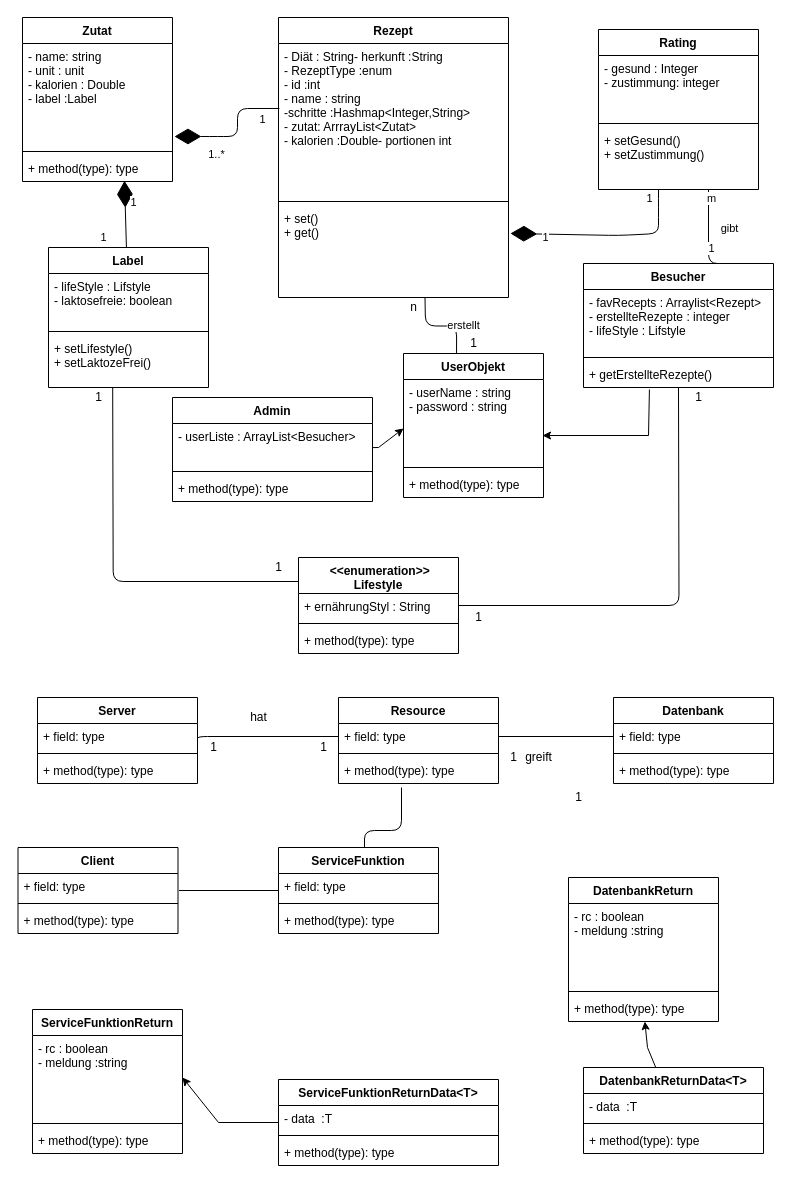
The draw.io diagram Untitled Diagram.drawio in anas90zh/blog-test, before the edit. Source tidied: cells renumbered, new cells numbered last; positions are measured from the earlier drawing's top-left corner, leaving out a move shared by most shapes. Both pictures are drawn from the tidied source at 100%, with x=0, y=0 at pixel (18, 17).
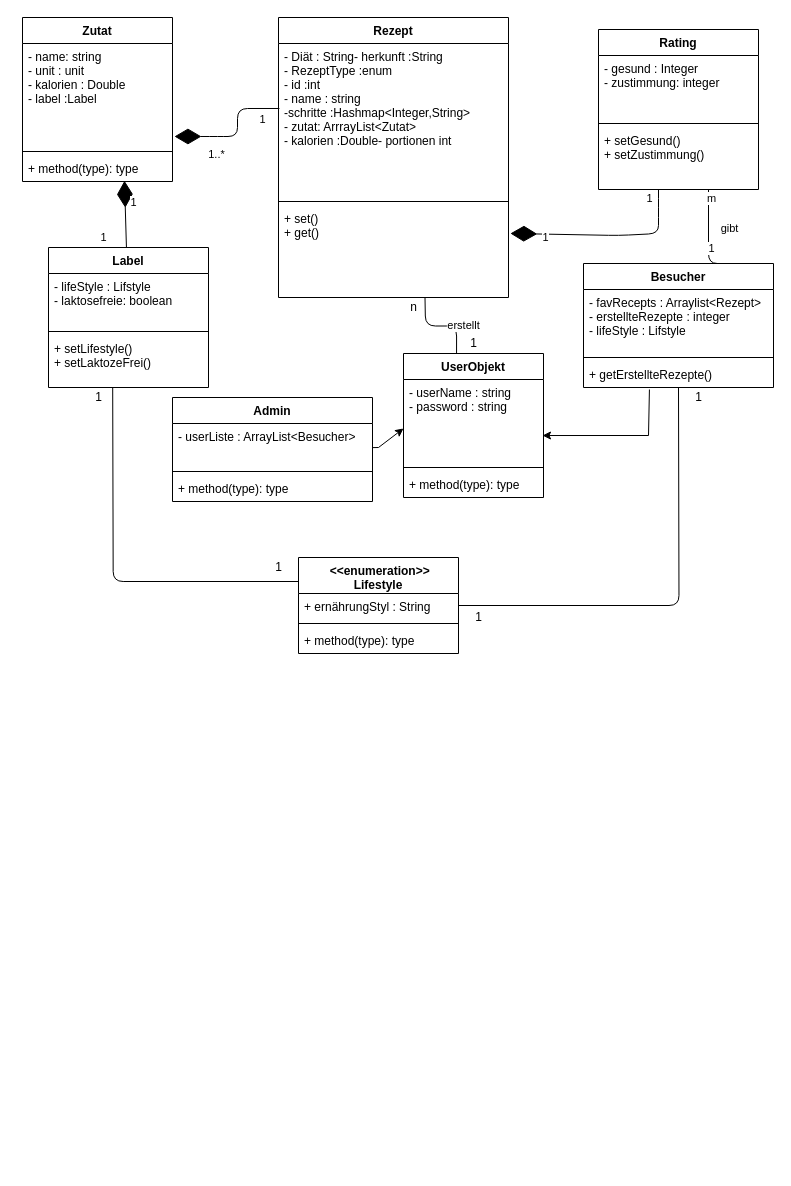
The same page after the edit.

The edit, as a diff of the source:
```diff
@@
-    <mxCell id="28" style="edgeStyle=none;rounded=0;jettySize=auto;html=1;" parent="1" edge="1" source="29" target="36">
-      <mxGeometry relative="1" as="geometry">
-        <Array as="points">
-          <mxPoint x="629" y="1030" />
-        </Array>
-      </mxGeometry>
-    </mxCell>
-    <mxCell id="29" value="DatenbankReturnData&lt;T&gt;" style="swimlane;fontStyle=1;align=center;verticalAlign=top;horizontal=1;startSize=26;" parent="1" vertex="1">
-      <mxGeometry x="565" y="1050" width="180" height="86" as="geometry" />
-    </mxCell>
-    <mxCell id="30" value="- data  :T" style="text;strokeColor=none;fillColor=none;align=left;verticalAlign=top;spacingLeft=4;spacingRight=4;overflow=hidden;" parent="29" vertex="1">
-      <mxGeometry y="26" width="180" height="26" as="geometry" />
-    </mxCell>
-    <mxCell id="31" style="line;strokeWidth=1;fillColor=none;align=left;verticalAlign=middle;spacingTop=-1;spacingLeft=3;spacingRight=3;labelPosition=right;" parent="29" vertex="1">
-      <mxGeometry y="52" width="180" height="8" as="geometry" />
-    </mxCell>
-    <mxCell id="32" value="+ method(type): type" style="text;strokeColor=none;fillColor=none;align=left;verticalAlign=top;spacingLeft=4;spacingRight=4;overflow=hidden;" parent="29" vertex="1">
-      <mxGeometry y="60" width="180" height="26" as="geometry" />
-    </mxCell>
-    <mxCell id="33" value="DatenbankReturn" style="swimlane;fontStyle=1;align=center;verticalAlign=top;horizontal=1;startSize=26;" parent="1" vertex="1">
-      <mxGeometry x="550" y="860" width="150" height="144" as="geometry" />
-    </mxCell>
-    <mxCell id="34" value="- rc : boolean&#10;- meldung :string&#10;" style="text;strokeColor=none;fillColor=none;align=left;verticalAlign=top;spacingLeft=4;spacingRight=4;overflow=hidden;" parent="33" vertex="1">
-      <mxGeometry y="26" width="150" height="84" as="geometry" />
-    </mxCell>
-    <mxCell id="35" style="line;strokeWidth=1;fillColor=none;align=left;verticalAlign=middle;spacingTop=-1;spacingLeft=3;spacingRight=3;labelPosition=right;" parent="33" vertex="1">
-      <mxGeometry y="110" width="150" height="8" as="geometry" />
-    </mxCell>
-    <mxCell id="36" value="+ method(type): type" style="text;strokeColor=none;fillColor=none;align=left;verticalAlign=top;spacingLeft=4;spacingRight=4;overflow=hidden;points=[[0,0.5],[1,0.5]];portConstraint=eastwest;" parent="33" vertex="1">
-      <mxGeometry y="118" width="150" height="26" as="geometry" />
-    </mxCell>
@@
-    <mxCell id="68" value="Datenbank" style="swimlane;fontStyle=1;align=center;verticalAlign=top;horizontal=1;startSize=26;" parent="1" vertex="1">
-      <mxGeometry x="595" y="680" width="160" height="86" as="geometry" />
-    </mxCell>
-    <mxCell id="69" value="+ field: type" style="text;strokeColor=none;fillColor=none;align=left;verticalAlign=top;spacingLeft=4;spacingRight=4;overflow=hidden;points=[[0,0.5],[1,0.5]];portConstraint=eastwest;" parent="68" vertex="1">
-      <mxGeometry y="26" width="160" height="26" as="geometry" />
-    </mxCell>
-    <mxCell id="70" style="line;strokeWidth=1;fillColor=none;align=left;verticalAlign=middle;spacingTop=-1;spacingLeft=3;spacingRight=3;labelPosition=right;" parent="68" vertex="1">
-      <mxGeometry y="52" width="160" height="8" as="geometry" />
-    </mxCell>
-    <mxCell id="71" value="+ method(type): type" style="text;strokeColor=none;fillColor=none;align=left;verticalAlign=top;spacingLeft=4;spacingRight=4;overflow=hidden;" parent="68" vertex="1">
-      <mxGeometry y="60" width="160" height="26" as="geometry" />
-    </mxCell>
-    <mxCell id="72" value="Resource" style="swimlane;fontStyle=1;align=center;verticalAlign=top;horizontal=1;startSize=26;" parent="1" vertex="1">
-      <mxGeometry x="320" y="680" width="160" height="86" as="geometry" />
-    </mxCell>
-    <mxCell id="73" value="+ field: type" style="text;strokeColor=none;fillColor=none;align=left;verticalAlign=top;spacingLeft=4;spacingRight=4;overflow=hidden;points=[[0,0.5],[1,0.5]];portConstraint=eastwest;" parent="72" vertex="1">
-      <mxGeometry y="26" width="160" height="26" as="geometry" />
-    </mxCell>
-    <mxCell id="74" style="line;strokeWidth=1;fillColor=none;align=left;verticalAlign=middle;spacingTop=-1;spacingLeft=3;spacingRight=3;labelPosition=right;" parent="72" vertex="1">
-      <mxGeometry y="52" width="160" height="8" as="geometry" />
-    </mxCell>
-    <mxCell id="75" value="+ method(type): type" style="text;strokeColor=none;fillColor=none;align=left;verticalAlign=top;spacingLeft=4;spacingRight=4;overflow=hidden;" parent="72" vertex="1">
-      <mxGeometry y="60" width="160" height="26" as="geometry" />
-    </mxCell>
-    <mxCell id="76" style="endArrow=none;html=1;edgeStyle=orthogonalEdgeStyle;exitX=1;exitY=0.5;exitDx=0;exitDy=0;entryX=0;entryY=0.5;entryDx=0;entryDy=0;" parent="1" edge="1" source="73" target="69">
-      <mxGeometry relative="1" as="geometry" />
-    </mxCell>
-    <mxCell id="77" value="Server" style="swimlane;fontStyle=1;align=center;verticalAlign=top;horizontal=1;startSize=26;" parent="1" vertex="1">
-      <mxGeometry x="19" y="680" width="160" height="86" as="geometry" />
-    </mxCell>
-    <mxCell id="78" value="+ field: type" style="text;strokeColor=none;fillColor=none;align=left;verticalAlign=top;spacingLeft=4;spacingRight=4;overflow=hidden;" parent="77" vertex="1">
-      <mxGeometry y="26" width="160" height="26" as="geometry" />
-    </mxCell>
-    <mxCell id="79" style="endArrow=none;html=1;edgeStyle=orthogonalEdgeStyle;entryX=0;entryY=0.5;entryDx=0;entryDy=0;" parent="77" edge="1" target="73">
-      <mxGeometry relative="1" as="geometry">
-        <mxPoint x="160" y="42.8" as="sourcePoint" />
-        <Array as="points">
-          <mxPoint x="160" y="39" />
-        </Array>
-      </mxGeometry>
-    </mxCell>
-    <mxCell id="80" style="line;strokeWidth=1;fillColor=none;align=left;verticalAlign=middle;spacingTop=-1;spacingLeft=3;spacingRight=3;labelPosition=right;" parent="77" vertex="1">
-      <mxGeometry y="52" width="160" height="8" as="geometry" />
-    </mxCell>
-    <mxCell id="81" value="+ method(type): type" style="text;strokeColor=none;fillColor=none;align=left;verticalAlign=top;spacingLeft=4;spacingRight=4;overflow=hidden;" parent="77" vertex="1">
-      <mxGeometry y="60" width="160" height="26" as="geometry" />
-    </mxCell>
-    <mxCell id="82" value="hat" style="text;html=1;align=center;verticalAlign=middle;" parent="1" vertex="1">
-      <mxGeometry x="225" y="690" width="30" height="20" as="geometry" />
-    </mxCell>
-    <mxCell id="83" value="1" style="text;html=1;align=center;verticalAlign=middle;" parent="1" vertex="1">
-      <mxGeometry x="185" y="720" width="20" height="20" as="geometry" />
-    </mxCell>
-    <mxCell id="84" value="1" style="text;html=1;align=center;verticalAlign=middle;" parent="1" vertex="1">
-      <mxGeometry x="295" y="720" width="20" height="20" as="geometry" />
-    </mxCell>
-    <mxCell id="85" value="1" style="text;html=1;align=center;verticalAlign=middle;" parent="1" vertex="1">
-      <mxGeometry x="485" y="730" width="20" height="20" as="geometry" />
-    </mxCell>
-    <mxCell id="86" value="1" style="text;html=1;align=center;verticalAlign=middle;" parent="1" vertex="1">
-      <mxGeometry x="550" y="770" width="20" height="20" as="geometry" />
-    </mxCell>
-    <mxCell id="87" style="edgeStyle=none;rounded=0;jettySize=auto;html=1;entryX=1;entryY=0.5;entryDx=0;entryDy=0;" parent="1" edge="1" source="88" target="93">
-      <mxGeometry relative="1" as="geometry">
-        <Array as="points">
-          <mxPoint x="200" y="1105" />
-        </Array>
-      </mxGeometry>
-    </mxCell>
-    <mxCell id="88" value="ServiceFunktionReturnData&lt;T&gt;" style="swimlane;fontStyle=1;align=center;verticalAlign=top;horizontal=1;startSize=26;" parent="1" vertex="1">
-      <mxGeometry x="260" y="1062" width="220" height="86" as="geometry" />
-    </mxCell>
-    <mxCell id="89" value="- data  :T" style="text;strokeColor=none;fillColor=none;align=left;verticalAlign=top;spacingLeft=4;spacingRight=4;overflow=hidden;" parent="88" vertex="1">
-      <mxGeometry y="26" width="220" height="26" as="geometry" />
-    </mxCell>
-    <mxCell id="90" style="line;strokeWidth=1;fillColor=none;align=left;verticalAlign=middle;spacingTop=-1;spacingLeft=3;spacingRight=3;labelPosition=right;" parent="88" vertex="1">
-      <mxGeometry y="52" width="220" height="8" as="geometry" />
-    </mxCell>
-    <mxCell id="91" value="+ method(type): type" style="text;strokeColor=none;fillColor=none;align=left;verticalAlign=top;spacingLeft=4;spacingRight=4;overflow=hidden;" parent="88" vertex="1">
-      <mxGeometry y="60" width="220" height="26" as="geometry" />
-    </mxCell>
-    <mxCell id="92" value="ServiceFunktionReturn" style="swimlane;fontStyle=1;align=center;verticalAlign=top;horizontal=1;startSize=26;" parent="1" vertex="1">
-      <mxGeometry x="14" y="992" width="150" height="144" as="geometry" />
-    </mxCell>
-    <mxCell id="93" value="- rc : boolean&#10;- meldung :string&#10;" style="text;strokeColor=none;fillColor=none;align=left;verticalAlign=top;spacingLeft=4;spacingRight=4;overflow=hidden;points=[[0,0.5],[1,0.5]];portConstraint=eastwest;" parent="92" vertex="1">
-      <mxGeometry y="26" width="150" height="84" as="geometry" />
-    </mxCell>
-    <mxCell id="94" style="line;strokeWidth=1;fillColor=none;align=left;verticalAlign=middle;spacingTop=-1;spacingLeft=3;spacingRight=3;labelPosition=right;" parent="92" vertex="1">
-      <mxGeometry y="110" width="150" height="8" as="geometry" />
-    </mxCell>
-    <mxCell id="95" value="+ method(type): type" style="text;strokeColor=none;fillColor=none;align=left;verticalAlign=top;spacingLeft=4;spacingRight=4;overflow=hidden;" parent="92" vertex="1">
-      <mxGeometry y="118" width="150" height="26" as="geometry" />
-    </mxCell>
-    <mxCell id="96" value="ServiceFunktion" style="swimlane;fontStyle=1;align=center;verticalAlign=top;horizontal=1;startSize=26;" parent="1" vertex="1">
-      <mxGeometry x="260" y="830" width="160" height="86" as="geometry" />
-    </mxCell>
-    <mxCell id="97" value="+ field: type" style="text;strokeColor=none;fillColor=none;align=left;verticalAlign=top;spacingLeft=4;spacingRight=4;overflow=hidden;" parent="96" vertex="1">
-      <mxGeometry y="26" width="160" height="26" as="geometry" />
-    </mxCell>
-    <mxCell id="98" style="line;strokeWidth=1;fillColor=none;align=left;verticalAlign=middle;spacingTop=-1;spacingLeft=3;spacingRight=3;labelPosition=right;" parent="96" vertex="1">
-      <mxGeometry y="52" width="160" height="8" as="geometry" />
-    </mxCell>
-    <mxCell id="99" value="+ method(type): type" style="text;strokeColor=none;fillColor=none;align=left;verticalAlign=top;spacingLeft=4;spacingRight=4;overflow=hidden;" parent="96" vertex="1">
-      <mxGeometry y="60" width="160" height="26" as="geometry" />
-    </mxCell>
-    <mxCell id="100" value="Client" style="swimlane;fontStyle=1;align=center;verticalAlign=top;horizontal=1;startSize=26;" parent="1" vertex="1">
-      <mxGeometry x="-0.5" y="830" width="160" height="86" as="geometry" />
-    </mxCell>
-    <mxCell id="101" value="+ field: type" style="text;strokeColor=none;fillColor=none;align=left;verticalAlign=top;spacingLeft=4;spacingRight=4;overflow=hidden;" parent="100" vertex="1">
-      <mxGeometry y="26" width="160" height="26" as="geometry" />
-    </mxCell>
-    <mxCell id="102" style="line;strokeWidth=1;fillColor=none;align=left;verticalAlign=middle;spacingTop=-1;spacingLeft=3;spacingRight=3;labelPosition=right;" parent="100" vertex="1">
-      <mxGeometry y="52" width="160" height="8" as="geometry" />
-    </mxCell>
-    <mxCell id="103" value="+ method(type): type" style="text;strokeColor=none;fillColor=none;align=left;verticalAlign=top;spacingLeft=4;spacingRight=4;overflow=hidden;" parent="100" vertex="1">
-      <mxGeometry y="60" width="160" height="26" as="geometry" />
-    </mxCell>
-    <mxCell id="104" value="greift" style="text;html=1;align=center;verticalAlign=middle;" parent="1" vertex="1">
-      <mxGeometry x="500" y="730" width="40" height="20" as="geometry" />
-    </mxCell>
-    <mxCell id="105" style="line;strokeWidth=1;fillColor=none;align=left;verticalAlign=middle;spacingTop=-1;spacingLeft=3;spacingRight=3;labelPosition=right;" parent="1" vertex="1">
-      <mxGeometry x="160.5" y="869" width="100" height="8" as="geometry" />
-    </mxCell>
-    <mxCell id="106" style="endArrow=none;html=1;edgeStyle=orthogonalEdgeStyle;" parent="1" edge="1" target="96">
-      <mxGeometry relative="1" as="geometry">
-        <mxPoint x="383" y="770" as="sourcePoint" />
-        <Array as="points">
-          <mxPoint x="383" y="813" />
-          <mxPoint x="346" y="813" />
-        </Array>
-      </mxGeometry>
-    </mxCell>
```
